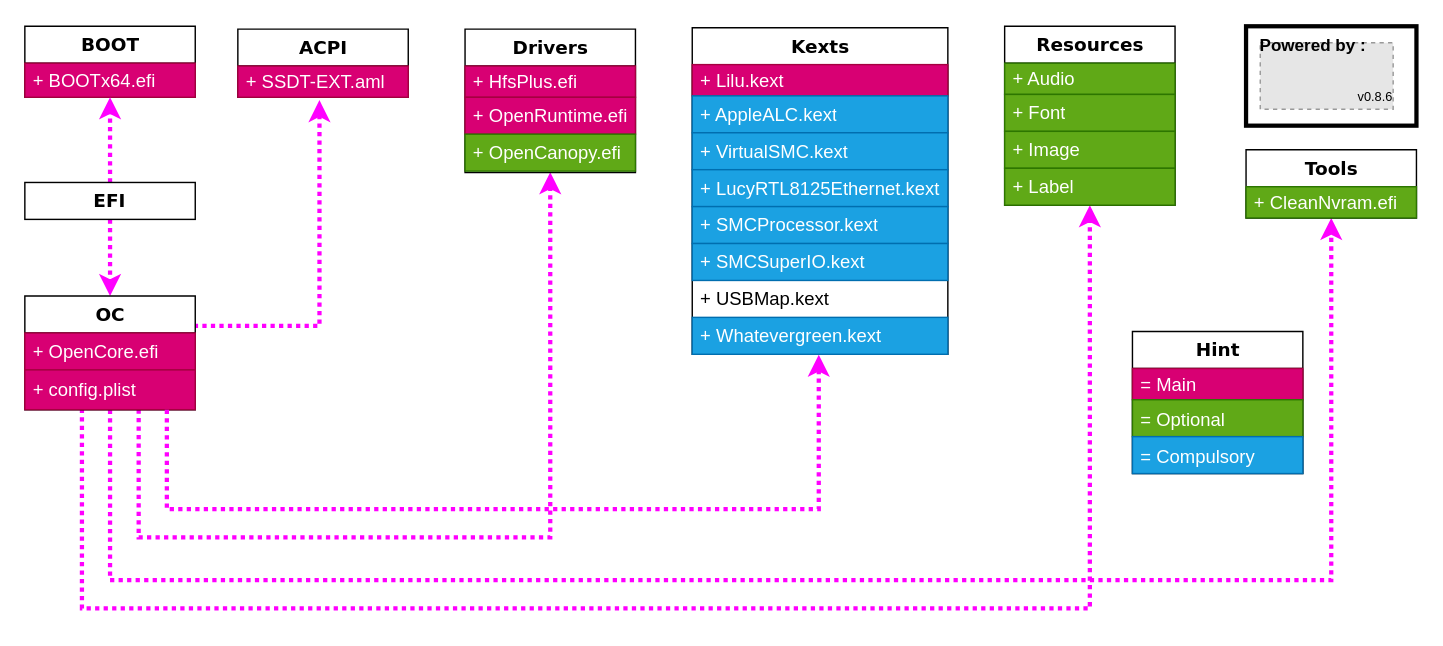
This is OpenCore.drawio from iamyounix/msimagb460_tomahawk, a draw.io file, before an edit. Source tidied: cells renumbered, new cells numbered last; positions are measured from the earlier drawing's top-left corner, leaving out a move shared by most shapes. Both pictures are drawn from the tidied source at 142%, with x=0, y=0 at pixel (24, 24). Pictures stored in the file or linked from it are replaced by grey dashed boxes.
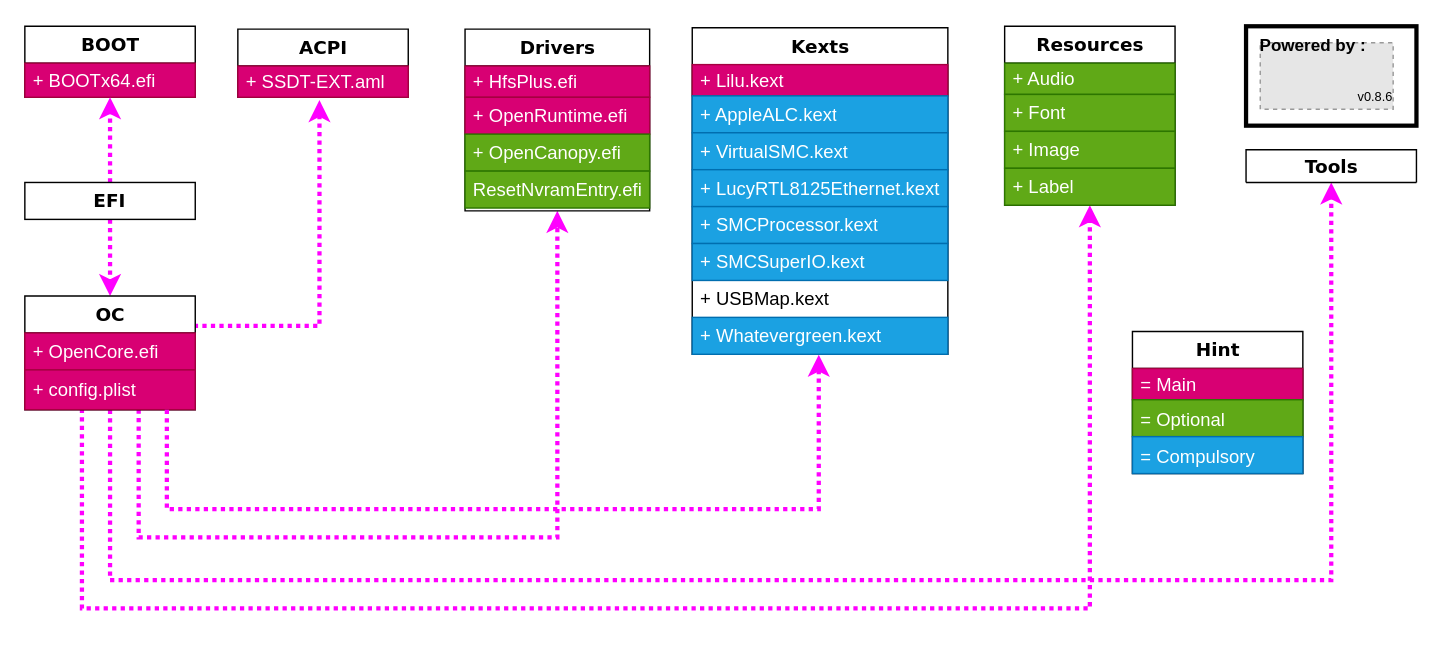
Above is the later version.

The change refers to these unchanged cells:
```xml
<mxCell id="10" value="+ config.plist" style="text;html=1;strokeColor=#A50040;fillColor=#d80073;align=left;verticalAlign=middle;spacingLeft=4;spacingRight=4;whiteSpace=wrap;overflow=hidden;points=[[0,0.5],[1,0.5]];portConstraint=eastwest;fontSize=13;fontColor=#ffffff;" parent="8" vertex="1">
  <mxGeometry y="52" width="120" height="28" as="geometry" />
</mxCell>
```

What changed in the source:
```diff
@@
-    <mxCell id="6" style="edgeStyle=elbowEdgeStyle;rounded=0;jettySize=auto;elbow=vertical;html=1;exitX=0.668;exitY=0.995;exitDx=0;exitDy=0;entryX=0.5;entryY=1.032;entryDx=0;entryDy=0;entryPerimeter=0;strokeColor=#FF00FF;strokeWidth=3;fontSize=9;dashed=1;dashPattern=1 1;exitPerimeter=0;" parent="1" edge="1" source="10" target="20">
+    <mxCell id="6" style="edgeStyle=elbowEdgeStyle;rounded=0;jettySize=auto;elbow=vertical;html=1;exitX=0.668;exitY=0.995;exitDx=0;exitDy=0;entryX=0.5;entryY=1;entryDx=0;entryDy=0;strokeColor=#FF00FF;strokeWidth=3;fontSize=9;dashed=1;dashPattern=1 1;exitPerimeter=0;" parent="1" edge="1" source="10" target="17">
       <mxGeometry relative="1" as="geometry">
         <Array as="points">
           <mxPoint x="210" y="361" />
         </Array>
       </mxGeometry>
     </mxCell>
@@
     <mxCell id="17" value="Drivers" style="swimlane;html=1;fontStyle=1;align=center;verticalAlign=middle;horizontal=1;startSize=26;swimlaneFillColor=#ffffff;rounded=0;shadow=0;comic=0;labelBackgroundColor=none;strokeWidth=1;fontFamily=Verdana;fontSize=13;" parent="1" vertex="1">
-      <mxGeometry x="310" y="3" width="120" height="101" as="geometry" />
+      <mxGeometry x="310" y="3" width="130" height="128" as="geometry" />
     </mxCell>
     <mxCell id="18" value="+ HfsPlus.efi" style="text;html=1;strokeColor=#A50040;fillColor=#d80073;align=left;verticalAlign=middle;spacingLeft=4;spacingRight=4;whiteSpace=wrap;overflow=hidden;fontSize=13;fontColor=#ffffff;" parent="17" vertex="1">
-      <mxGeometry y="26" width="120" height="22" as="geometry" />
+      <mxGeometry y="26" width="130" height="22" as="geometry" />
     </mxCell>
     <mxCell id="19" value="+ OpenRuntime.efi" style="text;html=1;strokeColor=#A50040;fillColor=#d80073;align=left;verticalAlign=middle;spacingLeft=4;spacingRight=4;whiteSpace=wrap;overflow=hidden;fontSize=13;fontColor=#ffffff;" parent="17" vertex="1">
-      <mxGeometry y="48" width="120" height="26" as="geometry" />
+      <mxGeometry y="48" width="130" height="26" as="geometry" />
     </mxCell>
     <mxCell id="20" value="+ OpenCanopy.efi" style="text;html=1;strokeColor=#2D7600;fillColor=#60a917;align=left;verticalAlign=middle;spacingLeft=4;spacingRight=4;whiteSpace=wrap;overflow=hidden;points=[[0,0.5],[1,0.5]];portConstraint=eastwest;fontSize=13;fontColor=#ffffff;" parent="17" vertex="1">
-      <mxGeometry y="74" width="120" height="26" as="geometry" />
+      <mxGeometry y="74" width="130" height="26" as="geometry" />
     </mxCell>
+    <mxCell id="45" value="ResetNvramEntry.efi" style="text;html=1;strokeColor=#2D7600;fillColor=#60a917;align=left;verticalAlign=middle;spacingLeft=4;spacingRight=4;whiteSpace=wrap;overflow=hidden;fontSize=13;fontColor=#ffffff;" parent="17" vertex="1">
+      <mxGeometry y="100" width="130" height="26" as="geometry" />
+    </mxCell>
@@
     <mxCell id="35" value="Tools" style="swimlane;html=1;fontStyle=1;align=center;verticalAlign=middle;horizontal=1;startSize=26;swimlaneFillColor=#ffffff;rounded=0;shadow=0;comic=0;labelBackgroundColor=none;strokeWidth=1;fontFamily=Verdana;fontSize=13;" parent="1" vertex="1">
-      <mxGeometry x="860" y="88" width="120" height="48" as="geometry" />
+      <mxGeometry x="860" y="88" width="120" height="23" as="geometry" />
     </mxCell>
-    <mxCell id="36" value="+ CleanNvram.efi" style="text;html=1;strokeColor=#2D7600;fillColor=#60a917;align=left;verticalAlign=middle;spacingLeft=4;spacingRight=4;whiteSpace=wrap;overflow=hidden;fontSize=13;fontColor=#ffffff;" parent="35" vertex="1">
-      <mxGeometry y="26" width="120" height="22" as="geometry" />
-    </mxCell>
```
